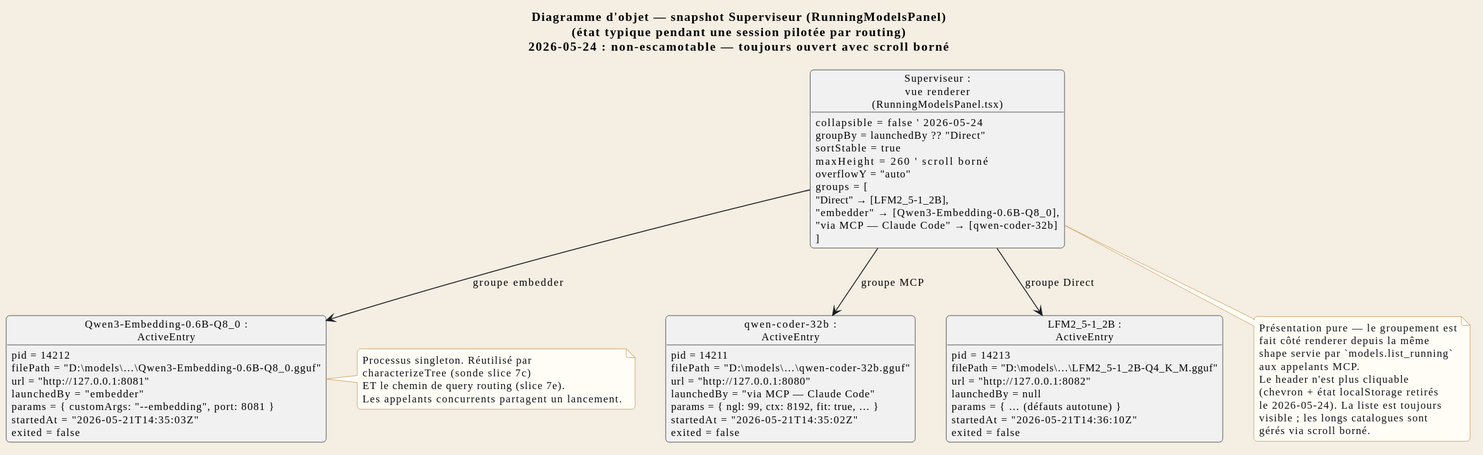
Earlier version of the PlantUML export docs/fr/svg/objects-running-models.svg (Syphys/maestria).
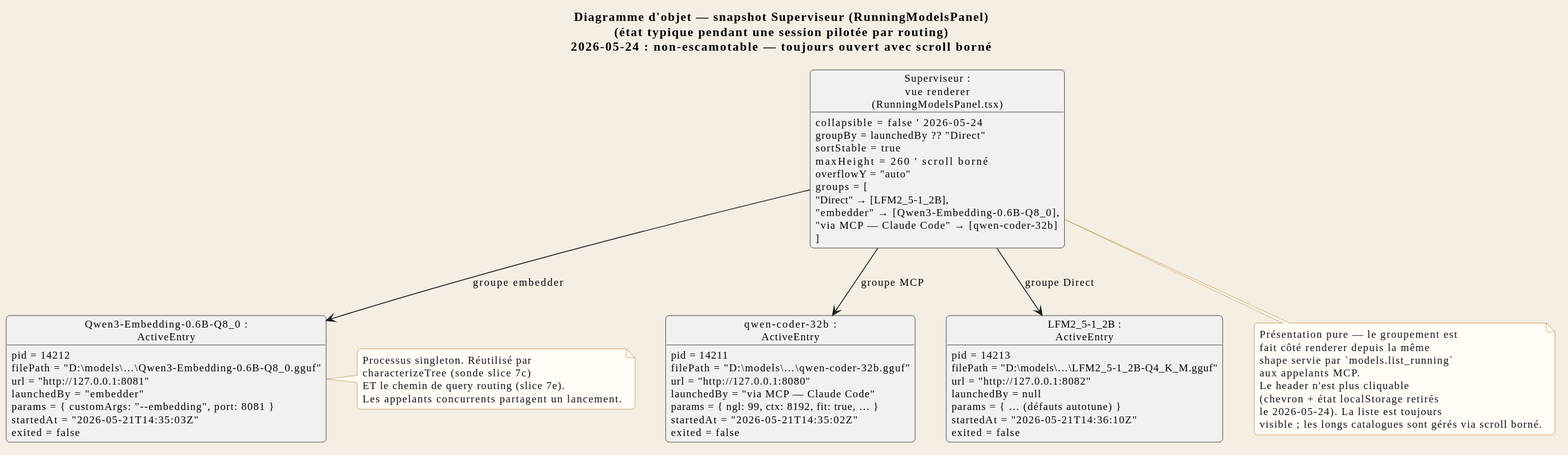
After the commit.

Diff of the diagram source:
```diff
@@ -1,7 +1,7 @@
 @startuml
 !include ../_includes/style.iuml
 
-title Diagramme d'objet — snapshot Superviseur (RunningModelsPanel)\n(état typique pendant une session pilotée par routing)\n2026-05-24 : non-escamotable — toujours ouvert avec scroll borné
+title STR_ORM_TITLE
 
 
 object "qwen-coder-32b :\nActiveEntry" as O_E_QWEN {
@@ -29,16 +29,16 @@
   filePath = "D:\\models\\…\\LFM2_5-1_2B-Q4_K_M.gguf"
   url = "http://127.0.0.1:8082"
   launchedBy = null
-  params = { … (défauts autotune) }
+  params = STR_ORM_LFM_PARAMS
   startedAt = "2026-05-21T14:36:10Z"
   exited = false
 }
 
-object "Superviseur :\nvue renderer\n(RunningModelsPanel.tsx)" as O_PANEL {
+object "STR_ORM_PANEL_LABEL" as O_PANEL {
   collapsible = false   ' 2026-05-24
   groupBy = launchedBy ?? "Direct"
   sortStable = true
-  maxHeight = 260       ' scroll borné
+  maxHeight = 260       ' STR_ORM_PANEL_SCROLL_COMMENT
   overflowY = "auto"
   groups = [
     "Direct" → [LFM2_5-1_2B],
@@ -47,26 +47,25 @@
   ]
 }
 
-O_PANEL --> O_E_LFM : groupe Direct
-O_PANEL --> O_E_EMB : groupe embedder
-O_PANEL --> O_E_QWEN : groupe MCP
+O_PANEL --> O_E_LFM : STR_ORM_REL_DIRECT
+O_PANEL --> O_E_EMB : STR_ORM_REL_EMB
+O_PANEL --> O_E_QWEN : STR_ORM_REL_MCP
 
 note right of O_E_EMB
-  Processus singleton. Réutilisé par
-  characterizeTree (sonde slice 7c)
-  ET le chemin de query routing (slice 7e).
-  Les appelants concurrents partagent un lancement.
+  STR_ORM_NOTE_EMB_L1
+  STR_ORM_NOTE_EMB_L2
+  STR_ORM_NOTE_EMB_L3
+  STR_ORM_NOTE_EMB_L4
 end note
 
 note bottom of O_PANEL
-  Présentation pure — le groupement est
-  fait côté renderer depuis la même
-  shape servie par `models.list_running`
-  aux appelants MCP.
-  Le header n'est plus cliquable
-  (chevron + état localStorage retirés
-  le 2026-05-24). La liste est toujours
-  visible ; les longs catalogues sont
-  gérés via scroll borné.
+  STR_ORM_NOTE_PANEL_L1
+  STR_ORM_NOTE_PANEL_L2
+  STR_ORM_NOTE_PANEL_L3
+  STR_ORM_NOTE_PANEL_L4
+  STR_ORM_NOTE_PANEL_L5
+  STR_ORM_NOTE_PANEL_L6
+  STR_ORM_NOTE_PANEL_L7
+  STR_ORM_NOTE_PANEL_L8
 end note
 @enduml
```
